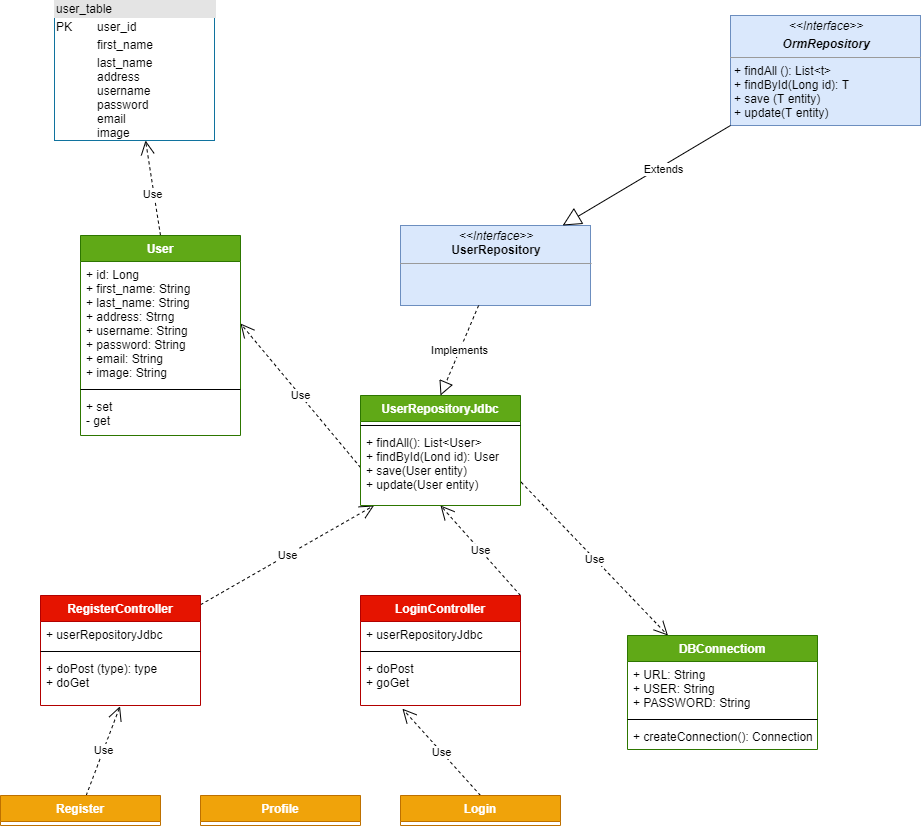
The draw.io diagram architecture.png in realsanya/Donuts, before a commit. Source tidied: cells renumbered, new cells last; positions are measured from the earlier drawing's top-left corner, leaving out a move shared by most shapes.
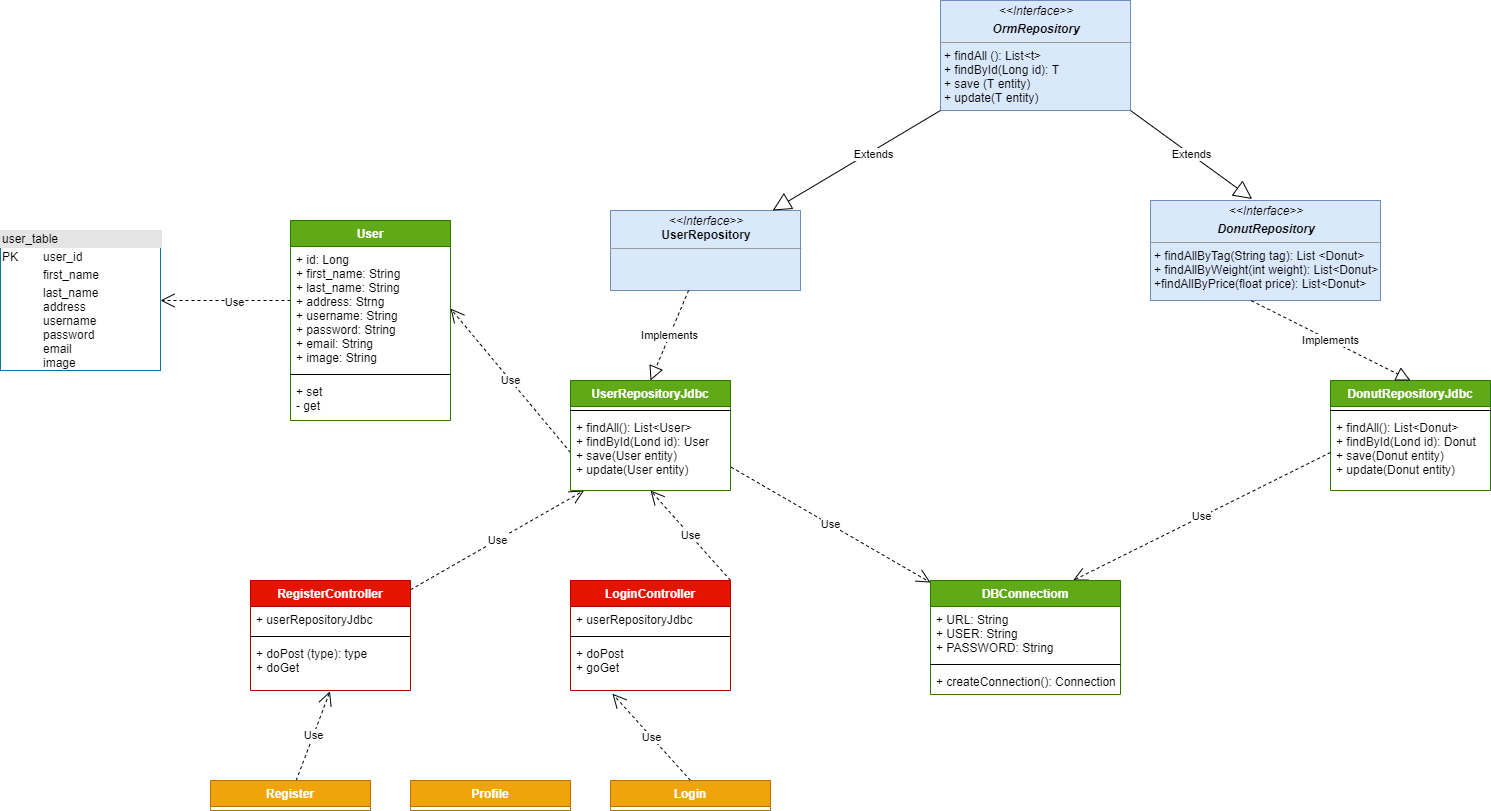
After the commit.

Commit message:
upd architecture

The edit, as a diff of the source:
```diff
@@ -3,10 +3,15 @@
     <mxCell id="0" />
     <mxCell id="1" parent="0" />
     <mxCell id="2" value="&lt;div style=&quot;box-sizing: border-box ; width: 100% ; background: #e4e4e4 ; padding: 2px&quot;&gt;user_table&lt;/div&gt;&lt;table style=&quot;width: 100% ; font-size: 1em&quot; cellpadding=&quot;2&quot; cellspacing=&quot;0&quot;&gt;&lt;tbody&gt;&lt;tr&gt;&lt;td&gt;PK&lt;/td&gt;&lt;td&gt;user_id&lt;/td&gt;&lt;/tr&gt;&lt;tr&gt;&lt;td&gt;&lt;br&gt;&lt;/td&gt;&lt;td&gt;first_name&lt;/td&gt;&lt;/tr&gt;&lt;tr&gt;&lt;td&gt;&lt;/td&gt;&lt;td&gt;last_name&lt;br&gt;address&lt;br&gt;username&lt;br&gt;password&lt;br&gt;email&lt;br&gt;image&lt;br&gt;&lt;br&gt;&lt;/td&gt;&lt;/tr&gt;&lt;/tbody&gt;&lt;/table&gt;" style="verticalAlign=top;align=left;overflow=fill;html=1;strokeColor=#10739e;fillColor=none;" parent="1" vertex="1">
-      <mxGeometry x="54" width="160" height="140" as="geometry" />
+      <mxGeometry x="-210" y="245" width="160" height="140" as="geometry" />
     </mxCell>
-    <mxCell id="3" value="Use" style="endArrow=open;endSize=12;dashed=1;html=1;exitX=0.5;exitY=0;exitDx=0;exitDy=0;" parent="1" edge="1" source="14" target="2">
-      <mxGeometry x="-0.14" y="2" relative="1" as="geometry" />
+    <mxCell id="3" value="Use" style="endArrow=open;endSize=12;dashed=1;html=1;" parent="1" edge="1" target="2">
+      <mxGeometry x="-0.14" y="2" relative="1" as="geometry">
+        <mxPoint x="80" y="315" as="sourcePoint" />
+        <Array as="points">
+          <mxPoint x="20" y="315" />
+        </Array>
+      </mxGeometry>
     </mxCell>
     <mxCell id="4" value="&lt;p style=&quot;margin: 0px ; margin-top: 4px ; text-align: center&quot;&gt;&lt;i&gt;&amp;lt;&amp;lt;Interface&amp;gt;&amp;gt;&lt;/i&gt;&lt;br&gt;&lt;/p&gt;&lt;p style=&quot;margin: 0px ; margin-top: 4px ; text-align: center&quot;&gt;&lt;b&gt;&lt;i&gt;OrmRepository&lt;/i&gt;&lt;/b&gt;&lt;/p&gt;&lt;hr size=&quot;1&quot;&gt;&lt;p style=&quot;margin: 0px ; margin-left: 4px&quot;&gt;+ findAll (): List&amp;lt;t&amp;gt;&lt;br&gt;+ findById(Long id): T&lt;/p&gt;&lt;p style=&quot;margin: 0px ; margin-left: 4px&quot;&gt;+ save (T entity)&lt;/p&gt;&lt;p style=&quot;margin: 0px ; margin-left: 4px&quot;&gt;+ update(T entity)&amp;nbsp;&lt;/p&gt;" style="verticalAlign=top;align=left;overflow=fill;fontSize=12;fontFamily=Helvetica;html=1;fillColor=#dae8fc;strokeColor=#6c8ebf;" parent="1" vertex="1">
       <mxGeometry x="730" y="15" width="190" height="110" as="geometry" />
@@ -92,8 +97,29 @@
     <mxCell id="31" value="Profile&#10;" style="swimlane;fontStyle=1;align=center;verticalAlign=top;horizontal=1;startSize=26;labelBackgroundColor=none;fillColor=#f0a30a;strokeColor=#BD7000;fontColor=#ffffff;" parent="1" vertex="1">
       <mxGeometry x="200" y="795" width="160" height="30" as="geometry" />
     </mxCell>
+    <mxCell id="36" value="&lt;p style=&quot;margin: 0px ; margin-top: 4px ; text-align: center&quot;&gt;&lt;i&gt;&amp;lt;&amp;lt;Interface&amp;gt;&amp;gt;&lt;/i&gt;&lt;/p&gt;&lt;p style=&quot;margin: 0px ; margin-top: 4px ; text-align: center&quot;&gt;&lt;i&gt;&lt;b&gt;DonutRepository&lt;/b&gt;&lt;/i&gt;&lt;/p&gt;&lt;hr size=&quot;1&quot;&gt;&lt;p style=&quot;margin: 0px ; margin-left: 4px&quot;&gt;+ findAllByTag(String tag): List &amp;lt;Donut&amp;gt;&lt;br&gt;+ findAllByWeight(int weight): List&amp;lt;Donut&amp;gt;&lt;/p&gt;&lt;p style=&quot;margin: 0px ; margin-left: 4px&quot;&gt;+findAllByPrice(float price): List&amp;lt;Donut&amp;gt;&lt;/p&gt;" style="verticalAlign=top;align=left;overflow=fill;fontSize=12;fontFamily=Helvetica;html=1;fillColor=#dae8fc;strokeColor=#6c8ebf;" parent="1" vertex="1">
+      <mxGeometry x="940" y="215" width="230" height="100" as="geometry" />
+    </mxCell>
+    <mxCell id="37" value="Extends" style="endArrow=block;endSize=16;endFill=0;html=1;exitX=1;exitY=1;exitDx=0;exitDy=0;entryX=0.442;entryY=-0.015;entryDx=0;entryDy=0;entryPerimeter=0;" parent="1" edge="1" source="4" target="36">
+      <mxGeometry relative="1" as="geometry" />
+    </mxCell>
+    <mxCell id="38" value="DonutRepositoryJdbc" style="swimlane;fontStyle=1;align=center;verticalAlign=top;horizontal=1;startSize=26;fillColor=#60a917;strokeColor=#2D7600;fontColor=#ffffff;" parent="1" vertex="1">
+      <mxGeometry x="1120" y="395" width="160" height="110" as="geometry" />
+    </mxCell>
+    <mxCell id="39" style="line;strokeWidth=1;fillColor=none;align=left;verticalAlign=middle;spacingTop=-1;spacingLeft=3;spacingRight=3;labelPosition=right;" parent="38" vertex="1">
+      <mxGeometry y="26" width="160" height="8" as="geometry" />
+    </mxCell>
+    <mxCell id="40" value="+ findAll(): List&lt;Donut&gt;&#10;+ findById(Lond id): Donut&#10;+ save(Donut entity)&#10;+ update(Donut entity)" style="text;strokeColor=none;fillColor=none;align=left;verticalAlign=top;spacingLeft=4;spacingRight=4;overflow=hidden;points=[[0,0.5],[1,0.5]];portConstraint=eastwest;" parent="38" vertex="1">
+      <mxGeometry y="34" width="160" height="76" as="geometry" />
+    </mxCell>
+    <mxCell id="41" value="Implements" style="endArrow=block;dashed=1;endFill=0;endSize=12;html=1;entryX=0.5;entryY=0;entryDx=0;entryDy=0;exitX=0.438;exitY=1.002;exitDx=0;exitDy=0;exitPerimeter=0;" parent="1" edge="1" source="36" target="38">
+      <mxGeometry relative="1" as="geometry" />
+    </mxCell>
+    <mxCell id="42" value="Use" style="endArrow=open;endSize=12;dashed=1;html=1;exitX=0;exitY=0.5;exitDx=0;exitDy=0;entryX=0.75;entryY=0;entryDx=0;entryDy=0;" parent="1" edge="1" source="40" target="32">
+      <mxGeometry relative="1" as="geometry" />
+    </mxCell>
     <mxCell id="32" value="DBConnectiom" style="swimlane;fontStyle=1;align=center;verticalAlign=top;horizontal=1;startSize=26;fillColor=#60a917;strokeColor=#2D7600;fontColor=#ffffff;" parent="1" vertex="1">
-      <mxGeometry x="627" y="635" width="190" height="114" as="geometry" />
+      <mxGeometry x="720" y="595" width="190" height="114" as="geometry" />
     </mxCell>
     <mxCell id="33" value="+ URL: String&#10;+ USER: String&#10;+ PASSWORD: String" style="text;strokeColor=none;fillColor=none;align=left;verticalAlign=top;spacingLeft=4;spacingRight=4;overflow=hidden;" parent="32" vertex="1">
       <mxGeometry y="26" width="190" height="54" as="geometry" />
```
